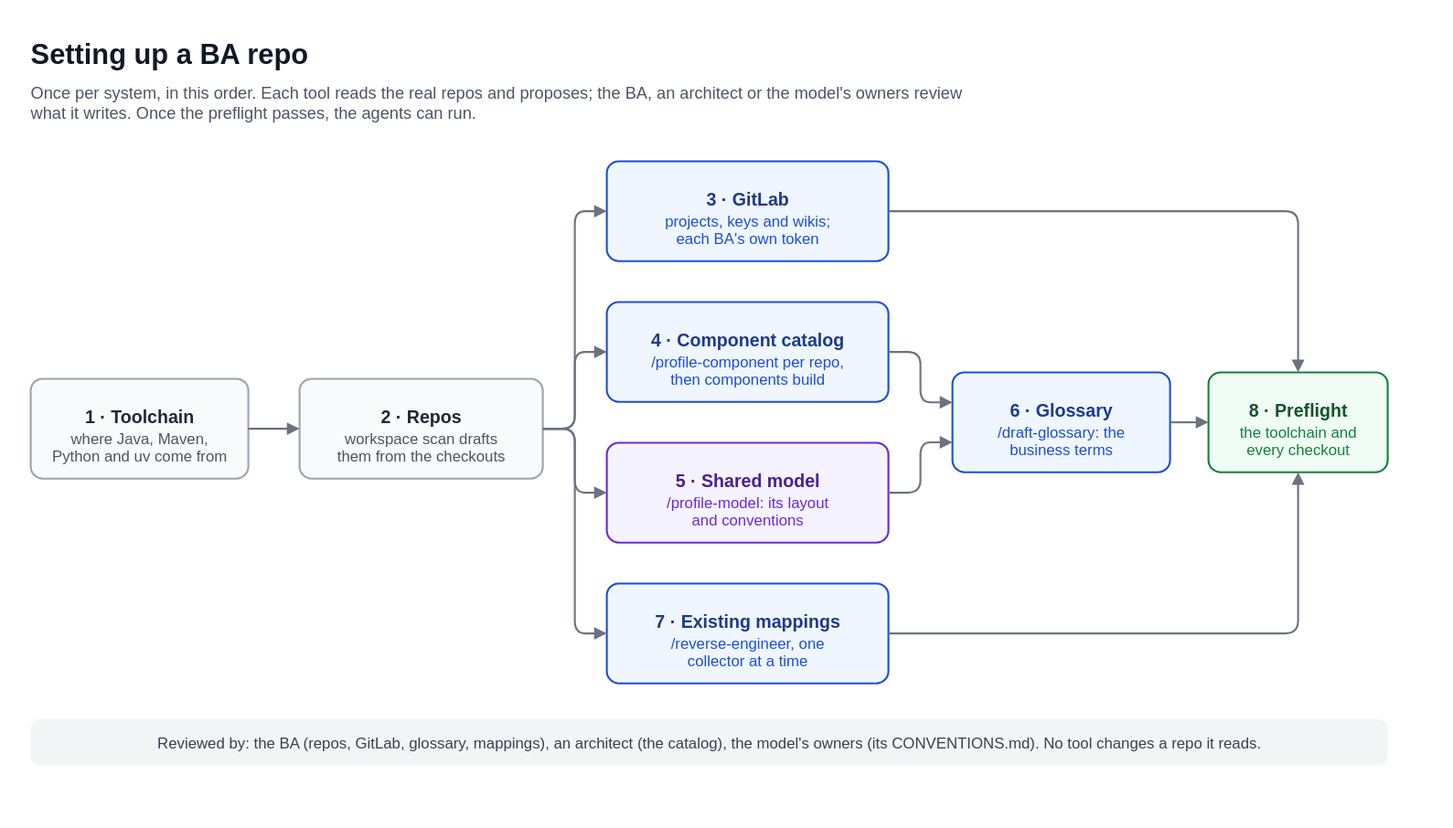
The draw.io diagram design/diagrams/setup.drawio.svg in stevedevex/llm_bridge, before a commit. Source tidied: cells renumbered, new cells last; positions are measured from the earlier drawing's top-left corner, leaving out a move shared by most shapes. Source of this version:
```xml
<mxGraphModel background="#FFFFFF">
  <root>
    <mxCell id="0" />
    <mxCell id="1" parent="0" />
    <mxCell id="2" value="Setting up a BA repo" style="text;html=0;fontFamily=Helvetica;fontSize=22;fontColor=#111827;fontStyle=1;align=left;verticalAlign=top;spacing=0;" parent="1" vertex="1">
      <mxGeometry width="900" height="30" as="geometry" />
    </mxCell>
    <mxCell id="3" value="Once per system, in this order. Each tool reads the real repos and proposes; the BA, an architect or the model's owners review&#10;what it writes. Once the preflight passes, the agents can run." style="text;html=0;fontFamily=Helvetica;fontSize=13;fontColor=#4B5563;fontStyle=0;align=left;verticalAlign=top;spacing=0;" parent="1" vertex="1">
      <mxGeometry y="36" width="1040" height="40" as="geometry" />
    </mxCell>
    <mxCell id="4" value="1 · Toolchain" style="rounded=1;arcSize=12;whiteSpace=nowrap;html=0;fontFamily=Helvetica;fontSize=14;fontStyle=1;fillColor=#F9FAFB;strokeColor=#9CA3AF;strokeWidth=1.5;fontColor=#1F2937;align=center;verticalAlign=top;spacingTop=15;" parent="1" vertex="1">
      <mxGeometry y="272" width="170" height="78" as="geometry" />
    </mxCell>
    <mxCell id="5" value="where Java, Maven,&#10;Python and uv come from" style="text;html=0;fontFamily=Helvetica;fontSize=12;fontColor=#4B5563;align=center;verticalAlign=top;spacing=0;" parent="4" vertex="1">
      <mxGeometry x="4" y="35" width="162" height="30" as="geometry" />
    </mxCell>
    <mxCell id="6" value="2 · Repos" style="rounded=1;arcSize=12;whiteSpace=nowrap;html=0;fontFamily=Helvetica;fontSize=14;fontStyle=1;fillColor=#F9FAFB;strokeColor=#9CA3AF;strokeWidth=1.5;fontColor=#1F2937;align=center;verticalAlign=top;spacingTop=15;" parent="1" vertex="1">
      <mxGeometry x="210" y="272" width="190" height="78" as="geometry" />
    </mxCell>
    <mxCell id="7" value="workspace scan drafts&#10;them from the checkouts" style="text;html=0;fontFamily=Helvetica;fontSize=12;fontColor=#4B5563;align=center;verticalAlign=top;spacing=0;" parent="6" vertex="1">
      <mxGeometry x="4" y="35" width="182" height="30" as="geometry" />
    </mxCell>
    <mxCell id="8" value="3 · GitLab" style="rounded=1;arcSize=12;whiteSpace=nowrap;html=0;fontFamily=Helvetica;fontSize=14;fontStyle=1;fillColor=#EFF6FF;strokeColor=#1D4ED8;strokeWidth=1.5;fontColor=#1E3A8A;align=center;verticalAlign=top;spacingTop=15;" parent="1" vertex="1">
      <mxGeometry x="450" y="102" width="220" height="78" as="geometry" />
    </mxCell>
    <mxCell id="9" value="projects, keys and wikis;&#10;each BA's own token" style="text;html=0;fontFamily=Helvetica;fontSize=12;fontColor=#1D4ED8;align=center;verticalAlign=top;spacing=0;" parent="8" vertex="1">
      <mxGeometry x="4" y="35" width="212" height="30" as="geometry" />
    </mxCell>
    <mxCell id="10" value="4 · Component catalog" style="rounded=1;arcSize=12;whiteSpace=nowrap;html=0;fontFamily=Helvetica;fontSize=14;fontStyle=1;fillColor=#EFF6FF;strokeColor=#1D4ED8;strokeWidth=1.5;fontColor=#1E3A8A;align=center;verticalAlign=top;spacingTop=15;" parent="1" vertex="1">
      <mxGeometry x="450" y="212" width="220" height="78" as="geometry" />
    </mxCell>
    <mxCell id="11" value="/profile-component per repo,&#10;then components build" style="text;html=0;fontFamily=Helvetica;fontSize=12;fontColor=#1D4ED8;align=center;verticalAlign=top;spacing=0;" parent="10" vertex="1">
      <mxGeometry x="4" y="35" width="212" height="30" as="geometry" />
    </mxCell>
    <mxCell id="12" value="5 · Shared model" style="rounded=1;arcSize=12;whiteSpace=nowrap;html=0;fontFamily=Helvetica;fontSize=14;fontStyle=1;fillColor=#F5F3FF;strokeColor=#6D28D9;strokeWidth=1.5;fontColor=#4C1D95;align=center;verticalAlign=top;spacingTop=15;" parent="1" vertex="1">
      <mxGeometry x="450" y="322" width="220" height="78" as="geometry" />
    </mxCell>
    <mxCell id="13" value="/profile-model: its layout&#10;and conventions" style="text;html=0;fontFamily=Helvetica;fontSize=12;fontColor=#6D28D9;align=center;verticalAlign=top;spacing=0;" parent="12" vertex="1">
      <mxGeometry x="4" y="35" width="212" height="30" as="geometry" />
    </mxCell>
    <mxCell id="14" value="7 · Existing mappings" style="rounded=1;arcSize=12;whiteSpace=nowrap;html=0;fontFamily=Helvetica;fontSize=14;fontStyle=1;fillColor=#EFF6FF;strokeColor=#1D4ED8;strokeWidth=1.5;fontColor=#1E3A8A;align=center;verticalAlign=top;spacingTop=15;" parent="1" vertex="1">
      <mxGeometry x="450" y="432" width="220" height="78" as="geometry" />
    </mxCell>
    <mxCell id="15" value="/reverse-engineer, one&#10;collector at a time" style="text;html=0;fontFamily=Helvetica;fontSize=12;fontColor=#1D4ED8;align=center;verticalAlign=top;spacing=0;" parent="14" vertex="1">
      <mxGeometry x="4" y="35" width="212" height="30" as="geometry" />
    </mxCell>
    <mxCell id="16" value="6 · Glossary" style="rounded=1;arcSize=12;whiteSpace=nowrap;html=0;fontFamily=Helvetica;fontSize=14;fontStyle=1;fillColor=#EFF6FF;strokeColor=#1D4ED8;strokeWidth=1.5;fontColor=#1E3A8A;align=center;verticalAlign=top;spacingTop=15;" parent="1" vertex="1">
      <mxGeometry x="720" y="267" width="170" height="78" as="geometry" />
    </mxCell>
    <mxCell id="17" value="/draft-glossary: the&#10;business terms" style="text;html=0;fontFamily=Helvetica;fontSize=12;fontColor=#1D4ED8;align=center;verticalAlign=top;spacing=0;" parent="16" vertex="1">
      <mxGeometry x="4" y="35" width="162" height="30" as="geometry" />
    </mxCell>
    <mxCell id="18" value="8 · Preflight" style="rounded=1;arcSize=12;whiteSpace=nowrap;html=0;fontFamily=Helvetica;fontSize=14;fontStyle=1;fillColor=#F0FDF4;strokeColor=#15803D;strokeWidth=1.5;fontColor=#14532D;align=center;verticalAlign=top;spacingTop=15;" parent="1" vertex="1">
      <mxGeometry x="920" y="267" width="140" height="78" as="geometry" />
    </mxCell>
    <mxCell id="19" value="the toolchain and&#10;every checkout" style="text;html=0;fontFamily=Helvetica;fontSize=12;fontColor=#15803D;align=center;verticalAlign=top;spacing=0;" parent="18" vertex="1">
      <mxGeometry x="4" y="35" width="132" height="30" as="geometry" />
    </mxCell>
    <mxCell id="20" style="edgeStyle=orthogonalEdgeStyle;rounded=1;html=0;endArrow=block;endFill=1;endSize=6;strokeColor=#6B7280;strokeWidth=1.5;exitX=1;exitY=0.5;entryX=0;entryY=0.5;" parent="1" edge="1" source="4" target="6">
      <mxGeometry relative="1" as="geometry" />
    </mxCell>
    <mxCell id="21" style="edgeStyle=orthogonalEdgeStyle;rounded=1;html=0;endArrow=block;endFill=1;endSize=6;strokeColor=#6B7280;strokeWidth=1.5;exitX=1;exitY=0.5;entryX=0;entryY=0.5;" parent="1" edge="1" source="6" target="8">
      <mxGeometry relative="1" as="geometry" />
    </mxCell>
    <mxCell id="22" style="edgeStyle=orthogonalEdgeStyle;rounded=1;html=0;endArrow=block;endFill=1;endSize=6;strokeColor=#6B7280;strokeWidth=1.5;exitX=1;exitY=0.5;entryX=0;entryY=0.5;" parent="1" edge="1" source="6" target="10">
      <mxGeometry relative="1" as="geometry" />
    </mxCell>
    <mxCell id="23" style="edgeStyle=orthogonalEdgeStyle;rounded=1;html=0;endArrow=block;endFill=1;endSize=6;strokeColor=#6B7280;strokeWidth=1.5;exitX=1;exitY=0.5;entryX=0;entryY=0.5;" parent="1" edge="1" source="6" target="12">
      <mxGeometry relative="1" as="geometry" />
    </mxCell>
    <mxCell id="24" style="edgeStyle=orthogonalEdgeStyle;rounded=1;html=0;endArrow=block;endFill=1;endSize=6;strokeColor=#6B7280;strokeWidth=1.5;exitX=1;exitY=0.5;entryX=0;entryY=0.5;" parent="1" edge="1" source="6" target="14">
      <mxGeometry relative="1" as="geometry" />
    </mxCell>
    <mxCell id="25" style="edgeStyle=orthogonalEdgeStyle;rounded=1;html=0;endArrow=block;endFill=1;endSize=6;strokeColor=#6B7280;strokeWidth=1.5;exitX=1;exitY=0.5;entryX=0;entryY=0.3;" parent="1" edge="1" source="10" target="16">
      <mxGeometry relative="1" as="geometry" />
    </mxCell>
    <mxCell id="26" style="edgeStyle=orthogonalEdgeStyle;rounded=1;html=0;endArrow=block;endFill=1;endSize=6;strokeColor=#6B7280;strokeWidth=1.5;exitX=1;exitY=0.5;entryX=0;entryY=0.7;" parent="1" edge="1" source="12" target="16">
      <mxGeometry relative="1" as="geometry" />
    </mxCell>
    <mxCell id="27" style="edgeStyle=orthogonalEdgeStyle;rounded=1;html=0;endArrow=block;endFill=1;endSize=6;strokeColor=#6B7280;strokeWidth=1.5;exitX=1;exitY=0.5;entryX=0;entryY=0.5;" parent="1" edge="1" source="16" target="18">
      <mxGeometry relative="1" as="geometry" />
    </mxCell>
    <mxCell id="28" style="edgeStyle=orthogonalEdgeStyle;rounded=1;html=0;endArrow=block;endFill=1;endSize=6;strokeColor=#6B7280;strokeWidth=1.5;exitX=1;exitY=0.5;entryX=0.5;entryY=0;" parent="1" edge="1" source="8" target="18">
      <mxGeometry relative="1" as="geometry" />
    </mxCell>
    <mxCell id="29" style="edgeStyle=orthogonalEdgeStyle;rounded=1;html=0;endArrow=block;endFill=1;endSize=6;strokeColor=#6B7280;strokeWidth=1.5;exitX=1;exitY=0.5;entryX=0.5;entryY=1;" parent="1" edge="1" source="14" target="18">
      <mxGeometry relative="1" as="geometry" />
    </mxCell>
    <mxCell id="30" value="Reviewed by: the BA (repos, GitLab, glossary, mappings), an architect (the catalog), the model's owners (its CONVENTIONS.md). No tool changes a repo it reads." style="rounded=1;arcSize=20;whiteSpace=nowrap;html=0;fontFamily=Helvetica;fontSize=12;fillColor=#F3F4F6;strokeColor=none;fontColor=#374151;fontStyle=0;align=center;verticalAlign=middle;" parent="1" vertex="1">
      <mxGeometry y="538" width="1060" height="36" as="geometry" />
    </mxCell>
  </root>
</mxGraphModel>
```
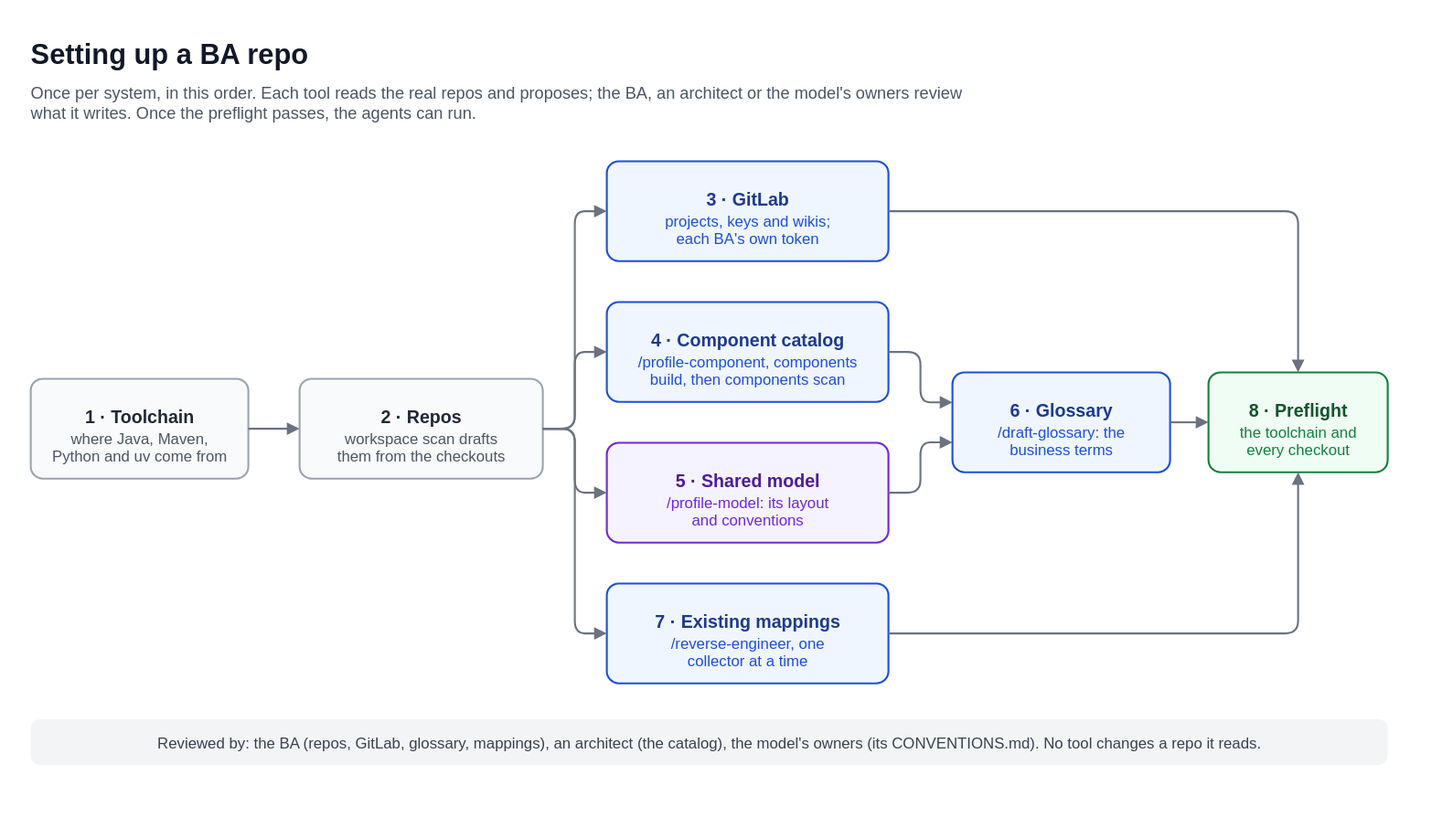
Later version of the same file.

Commit message:
Describe component knowledge in the design, the READMEs, the guide and the backlog

Diff of the diagram source:
```diff
@@ -29,7 +29,7 @@
     <mxCell id="10" value="4 · Component catalog" style="rounded=1;arcSize=12;whiteSpace=nowrap;html=0;fontFamily=Helvetica;fontSize=14;fontStyle=1;fillColor=#EFF6FF;strokeColor=#1D4ED8;strokeWidth=1.5;fontColor=#1E3A8A;align=center;verticalAlign=top;spacingTop=15;" parent="1" vertex="1">
       <mxGeometry x="450" y="212" width="220" height="78" as="geometry" />
     </mxCell>
-    <mxCell id="11" value="/profile-component per repo,&#10;then components build" style="text;html=0;fontFamily=Helvetica;fontSize=12;fontColor=#1D4ED8;align=center;verticalAlign=top;spacing=0;" parent="10" vertex="1">
+    <mxCell id="11" value="/profile-component, components&#10;build, then components scan" style="text;html=0;fontFamily=Helvetica;fontSize=12;fontColor=#1D4ED8;align=center;verticalAlign=top;spacing=0;" parent="10" vertex="1">
       <mxGeometry x="4" y="35" width="212" height="30" as="geometry" />
     </mxCell>
     <mxCell id="12" value="5 · Shared model" style="rounded=1;arcSize=12;whiteSpace=nowrap;html=0;fontFamily=Helvetica;fontSize=14;fontStyle=1;fillColor=#F5F3FF;strokeColor=#6D28D9;strokeWidth=1.5;fontColor=#4C1D95;align=center;verticalAlign=top;spacingTop=15;" parent="1" vertex="1">
```
